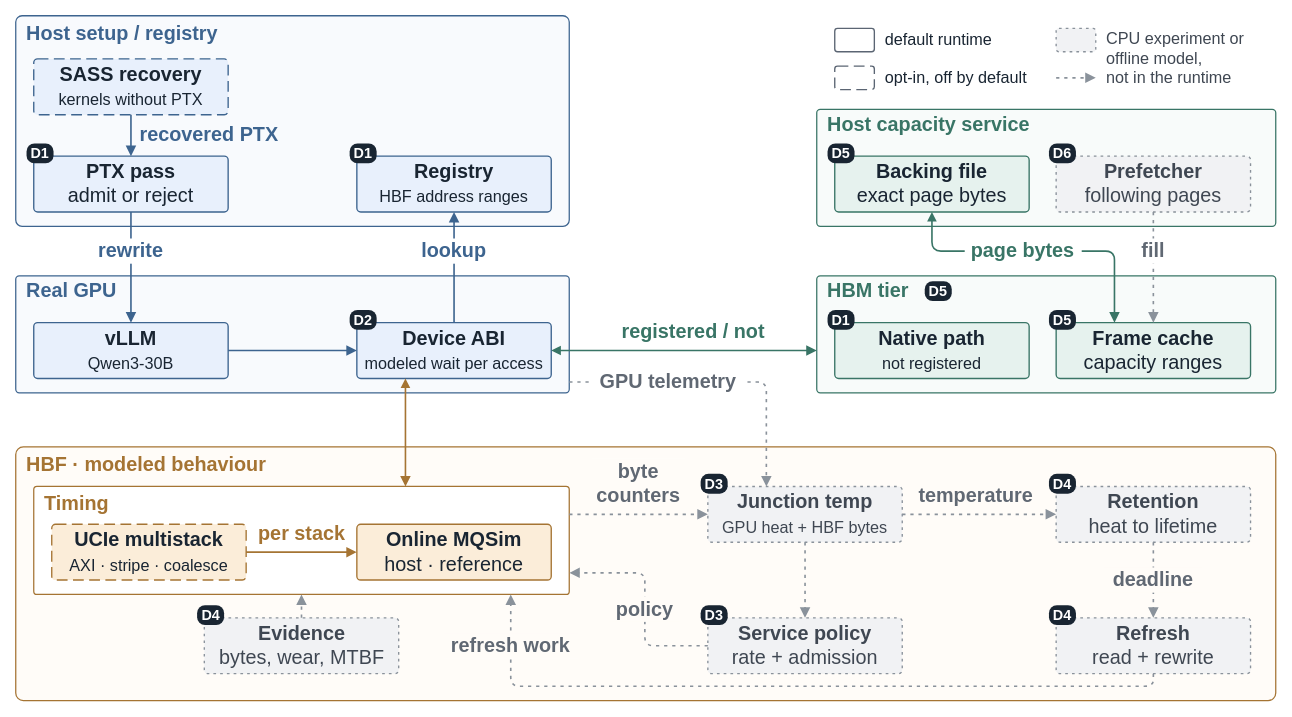
Before: docs/assets/hbfsim-architecture.drawio in SlugLab/HBFSim, a draw.io diagram. Source tidied: cells renumbered, new cells numbered last; positions are measured from the earlier drawing's top-left corner, leaving out a move shared by most shapes. Both pictures are drawn from the tidied source at 90%, with x=0, y=0 at pixel (15, 15).
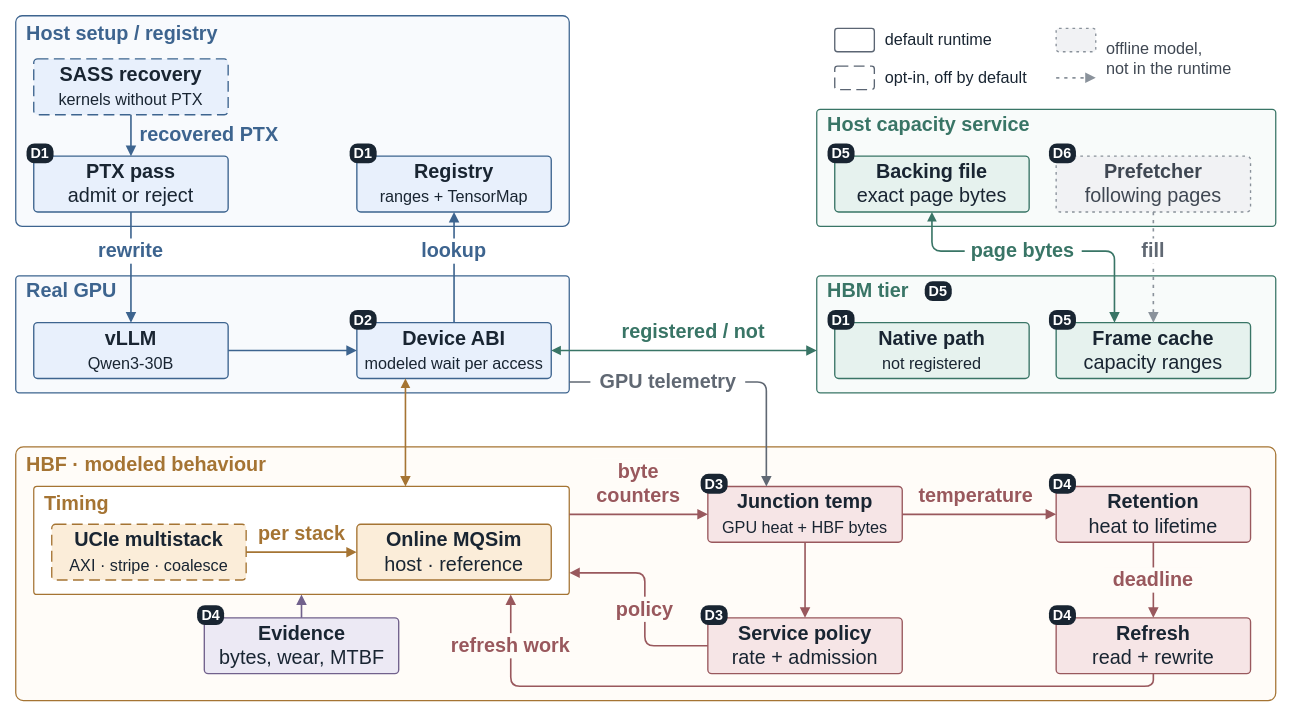
Above is the later version.

Unchanged cells that the change refers to:
```xml
<mxCell id="11" style="rounded=1;arcSize=3;html=1;fillColor=#F8FAFD;strokeColor=#3D648F;strokeWidth=1.4;" parent="1" vertex="1">
  <mxGeometry y="289" width="615" height="130" as="geometry" />
</mxCell>
<mxCell id="21" style="rounded=1;arcSize=3;html=1;fillColor=#FFFFFF;strokeColor=#A57433;strokeWidth=1.4;" parent="1" vertex="1">
  <mxGeometry x="20" y="523" width="595" height="120" as="geometry" />
</mxCell>
```

The edit, as a diff of the source:
```diff
@@
-    <mxCell id="8" value="&lt;b&gt;Registry&lt;/b&gt;&lt;br&gt;&lt;font style=&quot;font-size:18px&quot;&gt;HBF address ranges&lt;/font&gt;" style="rounded=1;arcSize=7;whiteSpace=wrap;html=1;fontFamily=Helvetica;fontSize=22;fontColor=#192532;spacing=2;align=center;verticalAlign=middle;fillColor=#E8F0FC;strokeColor=#3D648F;strokeWidth=1.5;" parent="1" vertex="1">
+    <mxCell id="8" value="&lt;b&gt;Registry&lt;/b&gt;&lt;br&gt;&lt;font style=&quot;font-size:18px&quot;&gt;ranges + TensorMap&lt;/font&gt;" style="rounded=1;arcSize=7;whiteSpace=wrap;html=1;fontFamily=Helvetica;fontSize=22;fontColor=#192532;spacing=2;align=center;verticalAlign=middle;fillColor=#E8F0FC;strokeColor=#3D648F;strokeWidth=1.5;" parent="1" vertex="1">
       <mxGeometry x="379" y="156" width="216" height="62" as="geometry" />
     </mxCell>
@@
-    <mxCell id="25" value="&lt;b&gt;Junction temp&lt;/b&gt;&lt;br&gt;&lt;font style=&quot;font-size:18px&quot;&gt;GPU heat + HBF bytes&lt;/font&gt;" style="rounded=1;arcSize=7;whiteSpace=wrap;html=1;fontFamily=Helvetica;fontSize=22;fontColor=#3F4752;spacing=2;align=center;verticalAlign=middle;fillColor=#F1F2F4;strokeColor=#8A929B;strokeWidth=1.5;dashed=1;dashPattern=2 3;" parent="1" vertex="1">
+    <mxCell id="25" value="&lt;b&gt;Junction temp&lt;/b&gt;&lt;br&gt;&lt;font style=&quot;font-size:18px&quot;&gt;GPU heat + HBF bytes&lt;/font&gt;" style="rounded=1;arcSize=7;whiteSpace=wrap;html=1;fontFamily=Helvetica;fontSize=22;fontColor=#192532;spacing=2;align=center;verticalAlign=middle;fillColor=#F6E5E6;strokeColor=#99585D;strokeWidth=1.5;" parent="1" vertex="1">
       <mxGeometry x="769" y="523" width="216" height="62" as="geometry" />
     </mxCell>
-    <mxCell id="26" value="&lt;b&gt;Retention&lt;/b&gt;&lt;br&gt;heat to lifetime" style="rounded=1;arcSize=7;whiteSpace=wrap;html=1;fontFamily=Helvetica;fontSize=22;fontColor=#3F4752;spacing=2;align=center;verticalAlign=middle;fillColor=#F1F2F4;strokeColor=#8A929B;strokeWidth=1.5;dashed=1;dashPattern=2 3;" parent="1" vertex="1">
+    <mxCell id="26" value="&lt;b&gt;Retention&lt;/b&gt;&lt;br&gt;heat to lifetime" style="rounded=1;arcSize=7;whiteSpace=wrap;html=1;fontFamily=Helvetica;fontSize=22;fontColor=#192532;spacing=2;align=center;verticalAlign=middle;fillColor=#F6E5E6;strokeColor=#99585D;strokeWidth=1.5;" parent="1" vertex="1">
       <mxGeometry x="1156" y="523" width="216" height="62" as="geometry" />
     </mxCell>
-    <mxCell id="27" value="&lt;b&gt;Service policy&lt;/b&gt;&lt;br&gt;rate + admission" style="rounded=1;arcSize=7;whiteSpace=wrap;html=1;fontFamily=Helvetica;fontSize=22;fontColor=#3F4752;spacing=2;align=center;verticalAlign=middle;fillColor=#F1F2F4;strokeColor=#8A929B;strokeWidth=1.5;dashed=1;dashPattern=2 3;" parent="1" vertex="1">
+    <mxCell id="27" value="&lt;b&gt;Service policy&lt;/b&gt;&lt;br&gt;rate + admission" style="rounded=1;arcSize=7;whiteSpace=wrap;html=1;fontFamily=Helvetica;fontSize=22;fontColor=#192532;spacing=2;align=center;verticalAlign=middle;fillColor=#F6E5E6;strokeColor=#99585D;strokeWidth=1.5;" parent="1" vertex="1">
       <mxGeometry x="769" y="669" width="216" height="62" as="geometry" />
     </mxCell>
-    <mxCell id="28" value="&lt;b&gt;Refresh&lt;/b&gt;&lt;br&gt;read + rewrite" style="rounded=1;arcSize=7;whiteSpace=wrap;html=1;fontFamily=Helvetica;fontSize=22;fontColor=#3F4752;spacing=2;align=center;verticalAlign=middle;fillColor=#F1F2F4;strokeColor=#8A929B;strokeWidth=1.5;dashed=1;dashPattern=2 3;" parent="1" vertex="1">
+    <mxCell id="28" value="&lt;b&gt;Refresh&lt;/b&gt;&lt;br&gt;read + rewrite" style="rounded=1;arcSize=7;whiteSpace=wrap;html=1;fontFamily=Helvetica;fontSize=22;fontColor=#192532;spacing=2;align=center;verticalAlign=middle;fillColor=#F6E5E6;strokeColor=#99585D;strokeWidth=1.5;" parent="1" vertex="1">
       <mxGeometry x="1156" y="669" width="216" height="62" as="geometry" />
     </mxCell>
-    <mxCell id="29" value="&lt;b&gt;Evidence&lt;/b&gt;&lt;br&gt;bytes, wear, MTBF" style="rounded=1;arcSize=7;whiteSpace=wrap;html=1;fontFamily=Helvetica;fontSize=22;fontColor=#3F4752;spacing=2;align=center;verticalAlign=middle;fillColor=#F1F2F4;strokeColor=#8A929B;strokeWidth=1.5;dashed=1;dashPattern=2 3;" parent="1" vertex="1">
+    <mxCell id="29" value="&lt;b&gt;Evidence&lt;/b&gt;&lt;br&gt;bytes, wear, MTBF" style="rounded=1;arcSize=7;whiteSpace=wrap;html=1;fontFamily=Helvetica;fontSize=22;fontColor=#192532;spacing=2;align=center;verticalAlign=middle;fillColor=#ECE9F4;strokeColor=#71618C;strokeWidth=1.5;" parent="1" vertex="1">
       <mxGeometry x="209.5" y="669" width="216" height="62" as="geometry" />
     </mxCell>
@@
-    <mxCell id="34" value="CPU experiment or&lt;br&gt;offline model,&lt;br&gt;not in the runtime" style="text;html=1;whiteSpace=wrap;fontFamily=Helvetica;fontSize=18;fontColor=#3F4752;align=left;verticalAlign=middle;spacing=0;strokeColor=none;fillColor=none;" parent="1" vertex="1">
+    <mxCell id="34" value="offline model,&lt;br&gt;not in the runtime" style="text;html=1;whiteSpace=wrap;fontFamily=Helvetica;fontSize=18;fontColor=#3F4752;align=left;verticalAlign=middle;spacing=0;strokeColor=none;fillColor=none;" parent="1" vertex="1">
       <mxGeometry x="1212" y="12" width="171" height="72" as="geometry" />
     </mxCell>
@@
-    <mxCell id="50" style="edgeStyle=none;rounded=1;html=1;fontSize=22;fontFamily=Helvetica;strokeColor=#8A929B;strokeWidth=1.8;endArrow=block;endFill=1;endSize=7;startArrow=none;startFill=1;dashed=1;dashPattern=2 3;exitX=1;exitY=0.90769;entryX=0.30093;entryY=0;exitPerimeter=0;entryPerimeter=0;" parent="1" edge="1" source="11" target="25">
+    <mxCell id="50" style="edgeStyle=none;rounded=1;html=1;fontSize=22;fontFamily=Helvetica;strokeColor=#606873;strokeWidth=1.8;endArrow=block;endFill=1;endSize=7;startArrow=none;startFill=1;dashed=0;exitX=1;exitY=0.90769;entryX=0.30093;entryY=0;exitPerimeter=0;entryPerimeter=0;" parent="1" edge="1" source="11" target="25">
       <mxGeometry relative="1" as="geometry">
         <Array as="points">
           <mxPoint x="834" y="407" />
         </Array>
       </mxGeometry>
     </mxCell>
@@
-    <mxCell id="55" style="edgeStyle=none;rounded=1;html=1;fontSize=22;fontFamily=Helvetica;strokeColor=#8A929B;strokeWidth=1.8;endArrow=block;endFill=1;endSize=7;startArrow=none;startFill=1;dashed=1;dashPattern=2 3;exitX=1;exitY=0.25833;entryX=0;entryY=0.5;exitPerimeter=0;entryPerimeter=0;" parent="1" edge="1" source="21" target="25">
+    <mxCell id="55" style="edgeStyle=none;rounded=1;html=1;fontSize=22;fontFamily=Helvetica;strokeColor=#99585D;strokeWidth=1.8;endArrow=block;endFill=1;endSize=7;startArrow=none;startFill=1;dashed=0;exitX=1;exitY=0.25833;entryX=0;entryY=0.5;exitPerimeter=0;entryPerimeter=0;" parent="1" edge="1" source="21" target="25">
       <mxGeometry relative="1" as="geometry" />
     </mxCell>
-    <mxCell id="56" value="byte&lt;br&gt;counters" style="text;html=1;whiteSpace=wrap;fontFamily=Helvetica;fontSize=22;fontStyle=1;fontColor=#606873;align=center;verticalAlign=middle;spacing=0;strokeColor=none;fillColor=#FFFCF8;" parent="1" vertex="1">
+    <mxCell id="56" value="byte&lt;br&gt;counters" style="text;html=1;whiteSpace=wrap;fontFamily=Helvetica;fontSize=22;fontStyle=1;fontColor=#99585D;align=center;verticalAlign=middle;spacing=0;strokeColor=none;fillColor=#FFFCF8;" parent="1" vertex="1">
       <mxGeometry x="640" y="492" width="104" height="56" as="geometry" />
     </mxCell>
-    <mxCell id="57" style="edgeStyle=none;rounded=1;html=1;fontSize=22;fontFamily=Helvetica;strokeColor=#8A929B;strokeWidth=1.8;endArrow=block;endFill=1;endSize=7;startArrow=none;startFill=1;dashed=1;dashPattern=2 3;exitX=1;exitY=0.5;entryX=0;entryY=0.5;exitPerimeter=0;entryPerimeter=0;" parent="1" edge="1" source="25" target="26">
+    <mxCell id="57" style="edgeStyle=none;rounded=1;html=1;fontSize=22;fontFamily=Helvetica;strokeColor=#99585D;strokeWidth=1.8;endArrow=block;endFill=1;endSize=7;startArrow=none;startFill=1;dashed=0;exitX=1;exitY=0.5;entryX=0;entryY=0.5;exitPerimeter=0;entryPerimeter=0;" parent="1" edge="1" source="25" target="26">
       <mxGeometry relative="1" as="geometry" />
     </mxCell>
-    <mxCell id="58" value="temperature" style="text;html=1;whiteSpace=wrap;fontFamily=Helvetica;fontSize=22;fontStyle=1;fontColor=#606873;align=center;verticalAlign=middle;spacing=0;strokeColor=none;fillColor=#FFFCF8;" parent="1" vertex="1">
+    <mxCell id="58" value="temperature" style="text;html=1;whiteSpace=wrap;fontFamily=Helvetica;fontSize=22;fontStyle=1;fontColor=#99585D;align=center;verticalAlign=middle;spacing=0;strokeColor=none;fillColor=#FFFCF8;" parent="1" vertex="1">
       <mxGeometry x="996.5" y="520" width="140" height="28" as="geometry" />
     </mxCell>
-    <mxCell id="59" style="edgeStyle=none;rounded=1;html=1;fontSize=22;fontFamily=Helvetica;strokeColor=#8A929B;strokeWidth=1.8;endArrow=block;endFill=1;endSize=7;startArrow=none;startFill=1;dashed=1;dashPattern=2 3;exitX=0.5;exitY=1;entryX=0.5;entryY=0;exitPerimeter=0;entryPerimeter=0;" parent="1" edge="1" source="25" target="27">
+    <mxCell id="59" style="edgeStyle=none;rounded=1;html=1;fontSize=22;fontFamily=Helvetica;strokeColor=#99585D;strokeWidth=1.8;endArrow=block;endFill=1;endSize=7;startArrow=none;startFill=1;dashed=0;exitX=0.5;exitY=1;entryX=0.5;entryY=0;exitPerimeter=0;entryPerimeter=0;" parent="1" edge="1" source="25" target="27">
       <mxGeometry relative="1" as="geometry" />
     </mxCell>
-    <mxCell id="60" style="edgeStyle=none;rounded=1;html=1;fontSize=22;fontFamily=Helvetica;strokeColor=#8A929B;strokeWidth=1.8;endArrow=block;endFill=1;endSize=7;startArrow=none;startFill=1;dashed=1;dashPattern=2 3;exitX=0.5;exitY=1;entryX=0.5;entryY=0;exitPerimeter=0;entryPerimeter=0;" parent="1" edge="1" source="26" target="28">
+    <mxCell id="60" style="edgeStyle=none;rounded=1;html=1;fontSize=22;fontFamily=Helvetica;strokeColor=#99585D;strokeWidth=1.8;endArrow=block;endFill=1;endSize=7;startArrow=none;startFill=1;dashed=0;exitX=0.5;exitY=1;entryX=0.5;entryY=0;exitPerimeter=0;entryPerimeter=0;" parent="1" edge="1" source="26" target="28">
       <mxGeometry relative="1" as="geometry" />
     </mxCell>
-    <mxCell id="61" value="deadline" style="text;html=1;whiteSpace=wrap;fontFamily=Helvetica;fontSize=22;fontStyle=1;fontColor=#606873;align=center;verticalAlign=middle;spacing=0;strokeColor=none;fillColor=#FFFCF8;" parent="1" vertex="1">
+    <mxCell id="61" value="deadline" style="text;html=1;whiteSpace=wrap;fontFamily=Helvetica;fontSize=22;fontStyle=1;fontColor=#99585D;align=center;verticalAlign=middle;spacing=0;strokeColor=none;fillColor=#FFFCF8;" parent="1" vertex="1">
       <mxGeometry x="1209" y="613" width="110" height="28" as="geometry" />
     </mxCell>
-    <mxCell id="62" style="edgeStyle=none;rounded=1;html=1;fontSize=22;fontFamily=Helvetica;strokeColor=#8A929B;strokeWidth=1.8;endArrow=block;endFill=1;endSize=7;startArrow=none;startFill=1;dashed=1;dashPattern=2 3;exitX=0;exitY=0.5;entryX=1;entryY=0.8;exitPerimeter=0;entryPerimeter=0;" parent="1" edge="1" source="27" target="21">
+    <mxCell id="62" style="edgeStyle=none;rounded=1;html=1;fontSize=22;fontFamily=Helvetica;strokeColor=#99585D;strokeWidth=1.8;endArrow=block;endFill=1;endSize=7;startArrow=none;startFill=1;dashed=0;exitX=0;exitY=0.5;entryX=1;entryY=0.8;exitPerimeter=0;entryPerimeter=0;" parent="1" edge="1" source="27" target="21">
       <mxGeometry relative="1" as="geometry">
         <Array as="points">
           <mxPoint x="699" y="700" />
           <mxPoint x="699" y="619" />
         </Array>
       </mxGeometry>
     </mxCell>
-    <mxCell id="63" value="policy" style="text;html=1;whiteSpace=wrap;fontFamily=Helvetica;fontSize=22;fontStyle=1;fontColor=#606873;align=center;verticalAlign=middle;spacing=0;strokeColor=none;fillColor=#FFFCF8;" parent="1" vertex="1">
+    <mxCell id="63" value="policy" style="text;html=1;whiteSpace=wrap;fontFamily=Helvetica;fontSize=22;fontStyle=1;fontColor=#99585D;align=center;verticalAlign=middle;spacing=0;strokeColor=none;fillColor=#FFFCF8;" parent="1" vertex="1">
       <mxGeometry x="659" y="645.5" width="80" height="28" as="geometry" />
     </mxCell>
-    <mxCell id="64" style="edgeStyle=none;rounded=1;html=1;fontSize=22;fontFamily=Helvetica;strokeColor=#8A929B;strokeWidth=1.8;endArrow=block;endFill=1;endSize=7;startArrow=none;startFill=1;dashed=1;dashPattern=2 3;exitX=0.5;exitY=1;entryX=0.89076;entryY=1;exitPerimeter=0;entryPerimeter=0;" parent="1" edge="1" source="28" target="21">
+    <mxCell id="64" style="edgeStyle=none;rounded=1;html=1;fontSize=22;fontFamily=Helvetica;strokeColor=#99585D;strokeWidth=1.8;endArrow=block;endFill=1;endSize=7;startArrow=none;startFill=1;dashed=0;exitX=0.5;exitY=1;entryX=0.89076;entryY=1;exitPerimeter=0;entryPerimeter=0;" parent="1" edge="1" source="28" target="21">
       <mxGeometry relative="1" as="geometry">
         <Array as="points">
           <mxPoint x="1264" y="745" />
           <mxPoint x="550" y="745" />
         </Array>
       </mxGeometry>
     </mxCell>
-    <mxCell id="65" value="refresh work" style="text;html=1;whiteSpace=wrap;fontFamily=Helvetica;fontSize=22;fontStyle=1;fontColor=#606873;align=center;verticalAlign=middle;spacing=0;strokeColor=none;fillColor=#FFFCF8;" parent="1" vertex="1">
+    <mxCell id="65" value="refresh work" style="text;html=1;whiteSpace=wrap;fontFamily=Helvetica;fontSize=22;fontStyle=1;fontColor=#99585D;align=center;verticalAlign=middle;spacing=0;strokeColor=none;fillColor=#FFFCF8;" parent="1" vertex="1">
       <mxGeometry x="475" y="686" width="150" height="28" as="geometry" />
     </mxCell>
-    <mxCell id="66" style="edgeStyle=none;rounded=1;html=1;fontSize=22;fontFamily=Helvetica;strokeColor=#8A929B;strokeWidth=1.8;endArrow=block;endFill=1;endSize=7;startArrow=none;startFill=1;dashed=1;dashPattern=2 3;exitX=0.5;exitY=0;entryX=0.5;entryY=1;exitPerimeter=0;entryPerimeter=0;" parent="1" edge="1" source="29" target="21">
+    <mxCell id="66" style="edgeStyle=none;rounded=1;html=1;fontSize=22;fontFamily=Helvetica;strokeColor=#71618C;strokeWidth=1.8;endArrow=block;endFill=1;endSize=7;startArrow=none;startFill=1;dashed=0;exitX=0.5;exitY=0;entryX=0.5;entryY=1;exitPerimeter=0;entryPerimeter=0;" parent="1" edge="1" source="29" target="21">
       <mxGeometry relative="1" as="geometry" />
     </mxCell>
```
